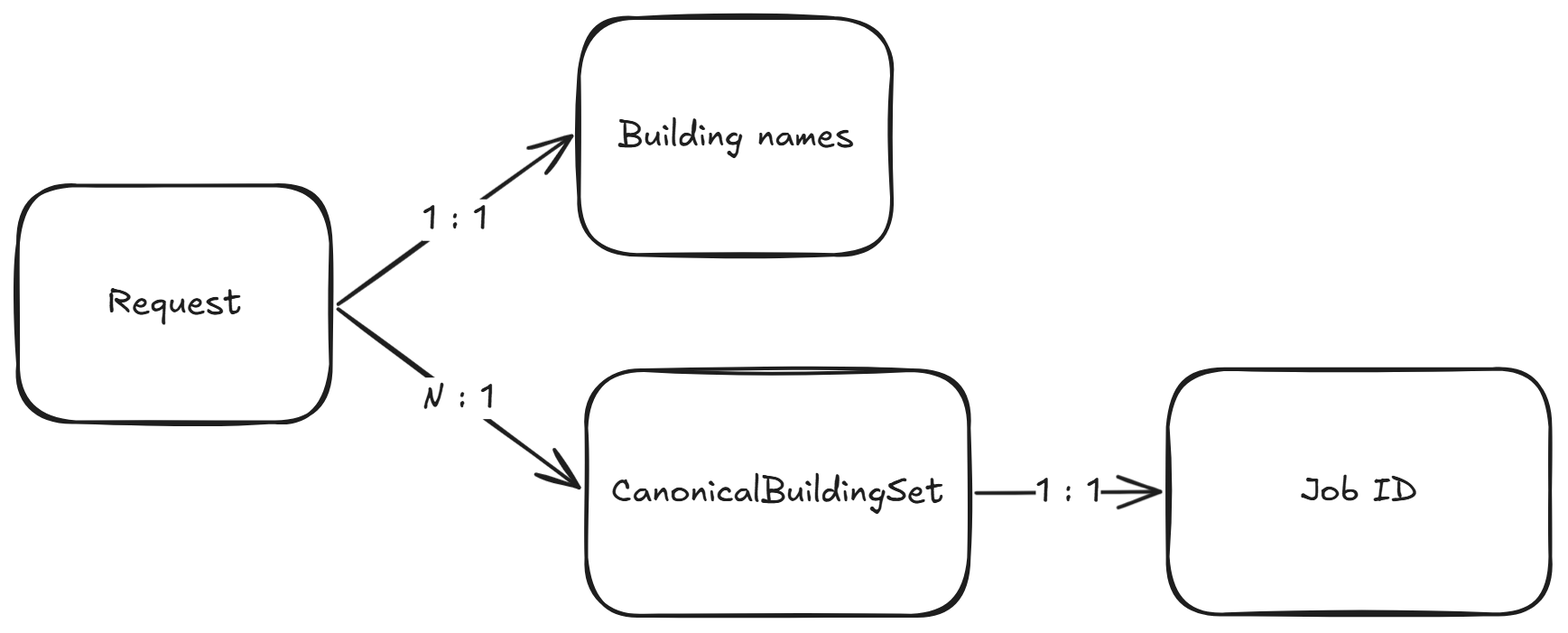
Above: docs/diagrams/erd.png in 2pacalypse/clashing-buildings (Excalidraw), before the change. Source tidied: one line per element, renumbered; positions are measured from the earlier drawing's top-left corner, leaving out a move shared by most shapes.
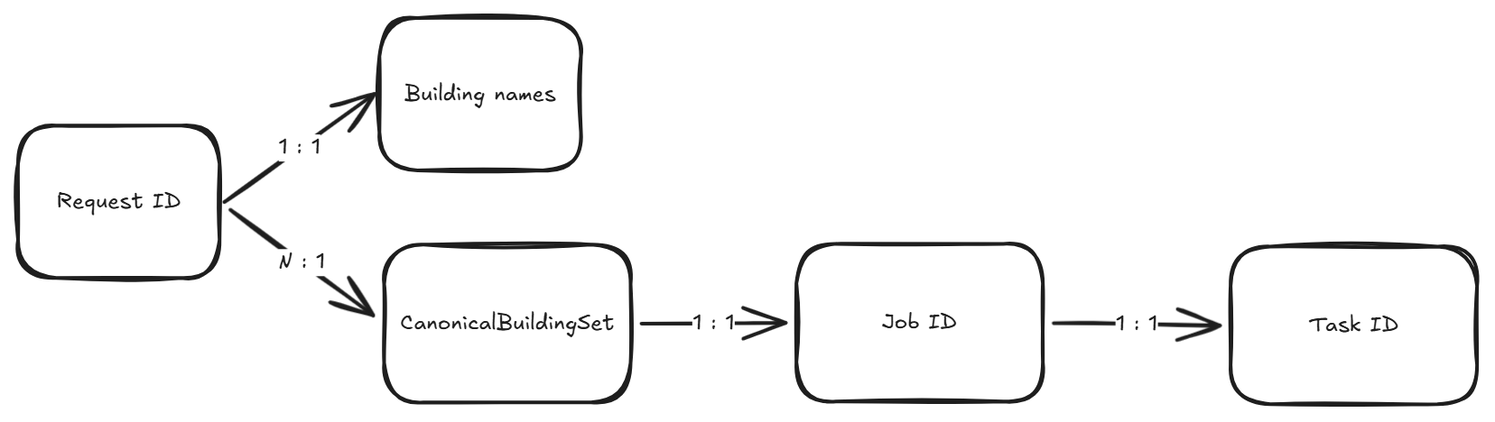
The same diagram one commit later.

Commit message:
style: update ERD diagram to reflect recent changes in data structure

The edit, as a diff of the source:
```diff
@@ -1,14 +1,18 @@
-{"id": 0, "type": "rectangle", "strokeColor": "#1e1e1e", "strokeWidth": 2, "roughness": 1, "round": true, "x": 314, "y": 253, "width": 173, "height": 131}
+{"id": 0, "type": "rectangle", "strokeColor": "#1e1e1e", "strokeWidth": 2, "roughness": 1, "round": true, "x": 314, "y": 220, "width": 112, "height": 84}
-{"id": 1, "type": "text", "text": "Request", "strokeColor": "#1e1e1e", "strokeWidth": 2, "roughness": 1, "fontSize": 18.78, "fontFamily": 5, "textAlign": "center", "verticalAlign": "middle", "inside": 0, "x": 363, "y": 307, "width": 75, "height": 23}
+{"id": 1, "type": "text", "text": "Request ID", "strokeColor": "#1e1e1e", "strokeWidth": 2, "roughness": 1, "fontSize": 12.1, "fontFamily": 5, "textAlign": "center", "verticalAlign": "middle", "inside": 0, "x": 335, "y": 255, "width": 69, "height": 15}
-{"id": 2, "type": "rectangle", "strokeColor": "#1e1e1e", "strokeWidth": 2, "roughness": 1, "round": true, "x": 629, "y": 356, "width": 212, "height": 136}
+{"id": 2, "type": "rectangle", "strokeColor": "#1e1e1e", "strokeWidth": 2, "roughness": 1, "round": true, "x": 517, "y": 286, "width": 137, "height": 87}
-{"id": 3, "type": "text", "text": "CanonicalBuildingSet", "strokeColor": "#1e1e1e", "strokeWidth": 2, "roughness": 1, "fontSize": 18.78, "fontFamily": 5, "textAlign": "center", "verticalAlign": "middle", "inside": 2, "x": 643, "y": 412, "width": 185, "height": 23}
+{"id": 3, "type": "text", "text": "CanonicalBuildingSet", "strokeColor": "#1e1e1e", "strokeWidth": 2, "roughness": 1, "fontSize": 12.1, "fontFamily": 5, "textAlign": "center", "verticalAlign": "middle", "inside": 2, "x": 526, "y": 323, "width": 119, "height": 15}
-{"id": 4, "type": "arrow", "strokeColor": "#1e1e1e", "strokeWidth": 2, "roughness": 1, "endArrowhead": "arrow", "from": 0, "to": 2, "x": 491, "y": 322, "width": 133, "height": 99, "points": [[0, 0], [133, 99]]}
+{"id": 4, "type": "arrow", "strokeColor": "#1e1e1e", "strokeWidth": 2, "roughness": 1, "endArrowhead": "arrow", "from": 0, "to": 2, "x": 432, "y": 267, "width": 79, "height": 59, "points": [[0, 0], [79, 59]]}
-{"id": 5, "type": "text", "text": "N : 1", "strokeColor": "#1e1e1e", "strokeWidth": 2, "roughness": 1, "fontSize": 18.78, "fontFamily": 5, "textAlign": "center", "verticalAlign": "middle", "inside": 4, "x": 0, "y": 147, "width": 40, "height": 23}
+{"id": 5, "type": "text", "text": "N : 1", "strokeColor": "#1e1e1e", "strokeWidth": 2, "roughness": 1, "fontSize": 12.1, "fontFamily": 5, "textAlign": "center", "verticalAlign": "middle", "inside": 4, "x": 0, "y": 147, "width": 26, "height": 15}
-{"id": 6, "type": "rectangle", "strokeColor": "#1e1e1e", "strokeWidth": 2, "roughness": 1, "round": true, "x": 951, "y": 355, "width": 212, "height": 136}
+{"id": 6, "type": "rectangle", "strokeColor": "#1e1e1e", "strokeWidth": 2, "roughness": 1, "round": true, "x": 745, "y": 286, "width": 137, "height": 87}
-{"id": 7, "type": "text", "text": "Job ID", "strokeColor": "#1e1e1e", "strokeWidth": 2, "roughness": 1, "fontSize": 18.78, "fontFamily": 5, "textAlign": "center", "verticalAlign": "middle", "inside": 6, "x": 1024, "y": 411, "width": 65, "height": 23}
+{"id": 7, "type": "text", "text": "Job ID", "strokeColor": "#1e1e1e", "strokeWidth": 2, "roughness": 1, "fontSize": 12.1, "fontFamily": 5, "textAlign": "center", "verticalAlign": "middle", "inside": 6, "x": 793, "y": 322, "width": 42, "height": 15}
-{"id": 8, "type": "arrow", "strokeColor": "#1e1e1e", "strokeWidth": 2, "roughness": 1, "endArrowhead": "arrow", "from": 2, "to": 6, "x": 845, "y": 424, "width": 102, "height": 1, "points": [[0, 0], [102, -1]]}
+{"id": 8, "type": "arrow", "strokeColor": "#1e1e1e", "strokeWidth": 2, "roughness": 1, "endArrowhead": "arrow", "from": 2, "to": 6, "x": 659, "y": 330, "width": 80, "height": 0, "points": [[0, 0], [80, 0]]}
-{"id": 9, "type": "text", "text": "1 : 1", "strokeColor": "#1e1e1e", "strokeWidth": 2, "roughness": 1, "fontSize": 18.78, "fontFamily": 5, "textAlign": "center", "verticalAlign": "middle", "inside": 8, "x": 507, "y": 225, "width": 36, "height": 23}
+{"id": 9, "type": "text", "text": "1 : 1", "strokeColor": "#1e1e1e", "strokeWidth": 2, "roughness": 1, "fontSize": 12.1, "fontFamily": 5, "textAlign": "center", "verticalAlign": "middle", "inside": 8, "x": 677, "y": 322, "width": 23, "height": 15}
-{"id": 10, "type": "rectangle", "strokeColor": "#1e1e1e", "strokeWidth": 2, "roughness": 1, "round": true, "x": 625, "y": 161, "width": 173, "height": 131}
+{"id": 10, "type": "rectangle", "strokeColor": "#1e1e1e", "strokeWidth": 2, "roughness": 1, "round": true, "x": 514, "y": 161, "width": 112, "height": 84}
-{"id": 11, "type": "text", "text": "Building names", "strokeColor": "#1e1e1e", "strokeWidth": 2, "roughness": 1, "fontSize": 18.78, "fontFamily": 5, "textAlign": "center", "verticalAlign": "middle", "inside": 10, "x": 646, "y": 215, "width": 131, "height": 23}
+{"id": 11, "type": "text", "text": "Building names", "strokeColor": "#1e1e1e", "strokeWidth": 2, "roughness": 1, "fontSize": 12.1, "fontFamily": 5, "textAlign": "center", "verticalAlign": "middle", "inside": 10, "x": 528, "y": 195, "width": 84, "height": 15}
-{"id": 12, "type": "arrow", "strokeColor": "#1e1e1e", "strokeWidth": 2, "roughness": 1, "endArrowhead": "arrow", "from": 0, "to": 10, "x": 491, "y": 319, "width": 129, "height": 93, "points": [[0, 0], [129, -93]]}
+{"id": 12, "type": "arrow", "strokeColor": "#1e1e1e", "strokeWidth": 2, "roughness": 1, "endArrowhead": "arrow", "from": 0, "to": 10, "x": 428, "y": 263, "width": 83, "height": 60, "points": [[0, 0], [83, -60]]}
-{"id": 13, "type": "text", "text": "1 : 1", "strokeColor": "#1e1e1e", "strokeWidth": 2, "roughness": 1, "fontSize": 18.78, "fontFamily": 5, "textAlign": "center", "verticalAlign": "middle", "inside": 12, "x": 0, "y": 0, "width": 36, "height": 23}
+{"id": 13, "type": "text", "text": "1 : 1", "strokeColor": "#1e1e1e", "strokeWidth": 2, "roughness": 1, "fontSize": 12.1, "fontFamily": 5, "textAlign": "center", "verticalAlign": "middle", "inside": 12, "x": 0, "y": 0, "width": 23, "height": 15}
+{"id": 14, "type": "rectangle", "strokeColor": "#1e1e1e", "strokeWidth": 2, "roughness": 1, "round": true, "x": 986, "y": 287, "width": 137, "height": 87}
+{"id": 15, "type": "text", "text": "Task ID", "strokeColor": "#1e1e1e", "strokeWidth": 2, "roughness": 1, "fontSize": 12.1, "fontFamily": 5, "textAlign": "center", "verticalAlign": "middle", "inside": 14, "x": 1029, "y": 324, "width": 50, "height": 15}
+{"id": 16, "type": "arrow", "strokeColor": "#1e1e1e", "strokeWidth": 2, "roughness": 1, "endArrowhead": "arrow", "from": 6, "to": 14, "x": 888, "y": 330, "width": 92, "height": 1, "points": [[0, 0], [92, 1]]}
+{"id": 17, "type": "text", "text": "1 : 1", "strokeColor": "#1e1e1e", "strokeWidth": 2, "roughness": 1, "fontSize": 12.1, "fontFamily": 5, "textAlign": "center", "verticalAlign": "middle", "inside": 16, "x": 686, "y": 327, "width": 23, "height": 15}
```
